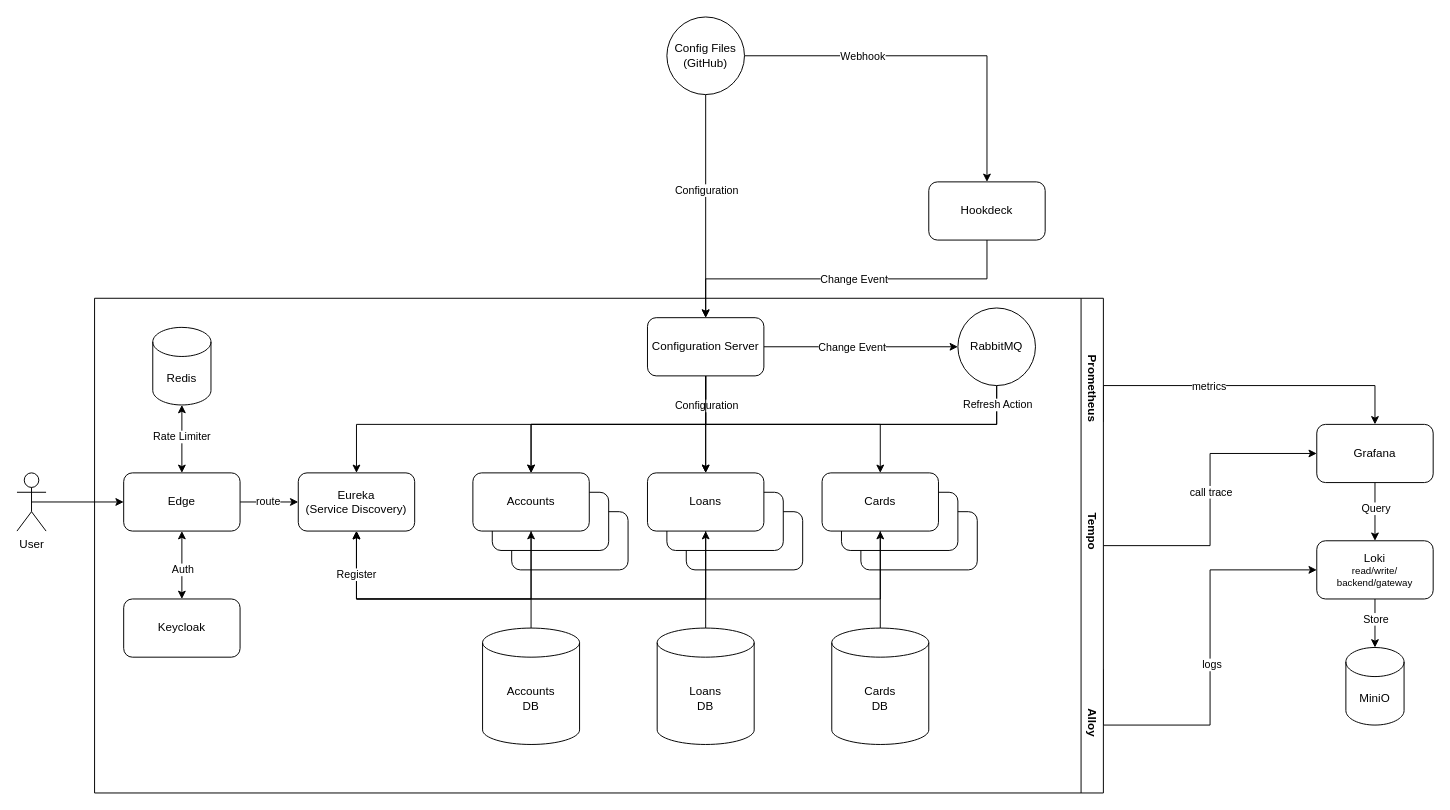
This is spring-microservices/architecture.drawio from vkondrav/spring-boot, a draw.io file, before an edit. Source tidied: cells renumbered, new cells numbered last; positions are measured from the earlier drawing's top-left corner, leaving out a move shared by most shapes. Both pictures are drawn from the tidied source at 97%, with x=0, y=0 at pixel (16, 16).
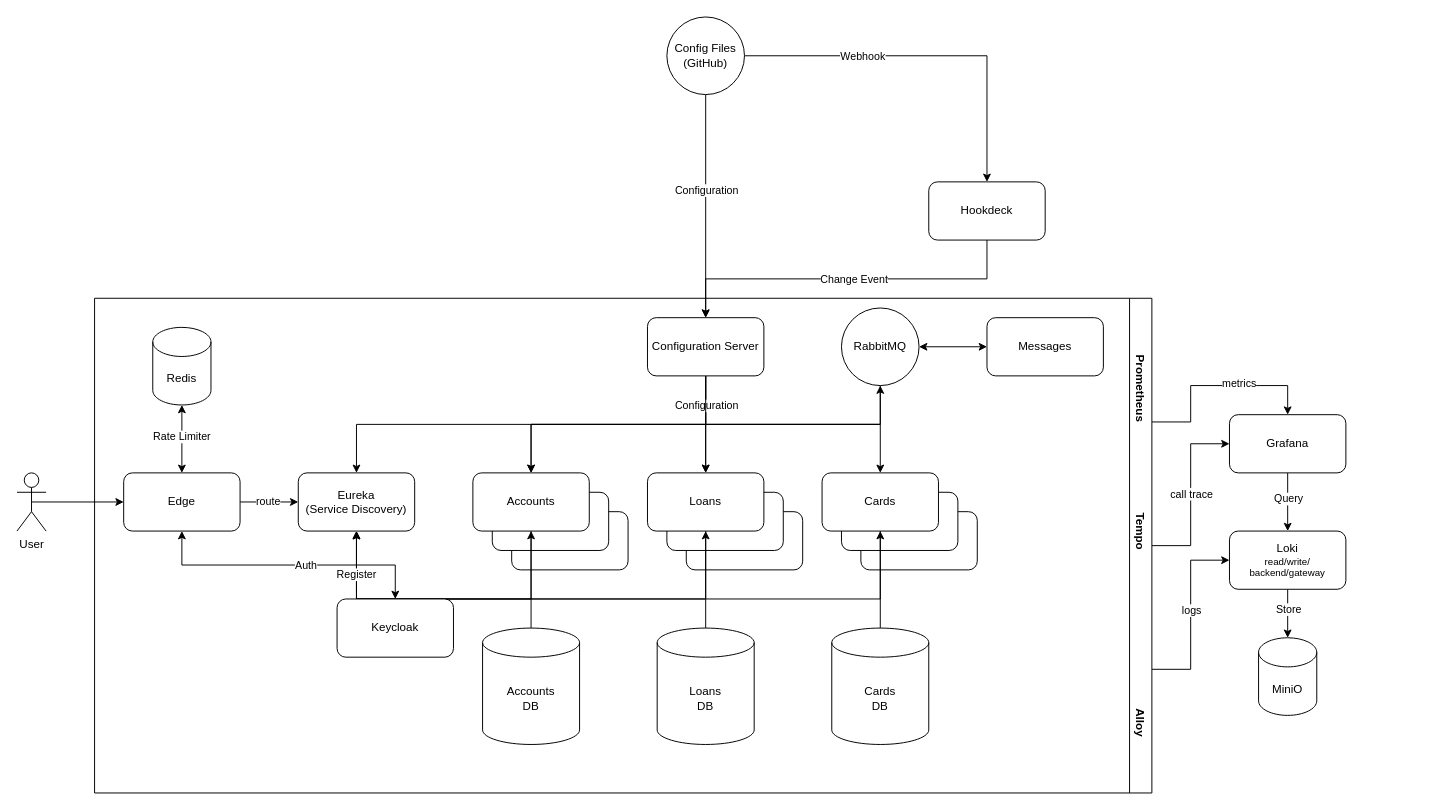
The same diagram, later.

The change refers to these unchanged cells:
```xml
<mxCell id="23" value="Configuration Server" style="rounded=1;whiteSpace=wrap;html=1;" parent="1" vertex="1">
  <mxGeometry x="650" y="310" width="120" height="60" as="geometry" />
</mxCell>
<mxCell id="25" value="Accounts" style="rounded=1;whiteSpace=wrap;html=1;" parent="1" vertex="1">
  <mxGeometry x="470" y="470" width="120" height="60" as="geometry" />
</mxCell>
<mxCell id="27" value="Loans" style="rounded=1;whiteSpace=wrap;html=1;" parent="1" vertex="1">
  <mxGeometry x="650" y="470" width="120" height="60" as="geometry" />
</mxCell>
```

Change to the diagram source:
```diff
@@
-    <mxCell id="20" style="edgeStyle=orthogonalEdgeStyle;rounded=0;jettySize=auto;html=1;exitX=1;exitY=0.5;exitDx=0;exitDy=0;entryX=0;entryY=0.5;entryDx=0;entryDy=0;" parent="1" edge="1" source="23" target="34">
-      <mxGeometry relative="1" as="geometry" />
-    </mxCell>
-    <mxCell id="21" value="Change Event" style="edgeLabel;html=1;align=center;verticalAlign=middle;" parent="20" vertex="1">
-      <mxGeometry x="0.2" y="1" relative="1" as="geometry">
-        <mxPoint x="-30" y="1" as="offset" />
-      </mxGeometry>
-    </mxCell>
@@
     <mxCell id="31" style="edgeStyle=orthogonalEdgeStyle;rounded=0;jettySize=auto;html=1;exitX=0.5;exitY=1;exitDx=0;exitDy=0;entryX=0.5;entryY=0;entryDx=0;entryDy=0;" parent="1" edge="1" source="34" target="25">
       <mxGeometry relative="1" as="geometry">
         <Array as="points">
-          <mxPoint x="1010" y="420" />
+          <mxPoint x="890" y="380" />
+          <mxPoint x="890" y="420" />
           <mxPoint x="530" y="420" />
         </Array>
       </mxGeometry>
     </mxCell>
-    <mxCell id="32" style="edgeStyle=orthogonalEdgeStyle;rounded=0;jettySize=auto;html=1;exitX=0.5;exitY=1;exitDx=0;exitDy=0;entryX=0.5;entryY=0;entryDx=0;entryDy=0;" parent="1" edge="1" source="34" target="27">
+    <mxCell id="32" style="edgeStyle=orthogonalEdgeStyle;rounded=0;jettySize=auto;html=1;exitX=0.5;exitY=1;exitDx=0;exitDy=0;entryX=0.5;entryY=0;entryDx=0;entryDy=0;startArrow=classic;startFill=1;" parent="1" edge="1" source="34" target="27">
       <mxGeometry relative="1" as="geometry">
         <Array as="points">
-          <mxPoint x="1010" y="420" />
+          <mxPoint x="890" y="380" />
+          <mxPoint x="890" y="420" />
           <mxPoint x="710" y="420" />
         </Array>
       </mxGeometry>
     </mxCell>
-    <mxCell id="33" value="Refresh Action" style="edgeLabel;html=1;align=center;verticalAlign=middle;" parent="32" vertex="1">
-      <mxGeometry x="-0.91" relative="1" as="geometry">
-        <mxPoint y="1" as="offset" />
-      </mxGeometry>
-    </mxCell>
-    <mxCell id="34" value="RabbitMQ" style="ellipse;whiteSpace=wrap;html=1;" parent="1" vertex="1">
-      <mxGeometry x="970" y="300" width="80" height="80" as="geometry" />
-    </mxCell>
@@
     <mxCell id="51" value="Loki&lt;div style=&quot;font-size: 10px;&quot;&gt;&lt;font style=&quot;font-size: 10px;&quot;&gt;read/write/&lt;/font&gt;&lt;/div&gt;&lt;div style=&quot;font-size: 10px;&quot;&gt;&lt;font style=&quot;font-size: 10px;&quot;&gt;backend/gateway&lt;/font&gt;&lt;/div&gt;" style="rounded=1;whiteSpace=wrap;html=1;" parent="1" vertex="1">
-      <mxGeometry x="1340" y="540" width="120" height="60" as="geometry" />
+      <mxGeometry x="1250" y="530" width="120" height="60" as="geometry" />
     </mxCell>
@@
     <mxCell id="54" value="Grafana" style="rounded=1;whiteSpace=wrap;html=1;" parent="1" vertex="1">
-      <mxGeometry x="1340" y="420" width="120" height="60" as="geometry" />
+      <mxGeometry x="1250" y="410" width="120" height="60" as="geometry" />
     </mxCell>
@@
     <mxCell id="58" value="MiniO" style="shape=cylinder3;whiteSpace=wrap;html=1;boundedLbl=1;backgroundOutline=1;size=15;" parent="1" vertex="1">
-      <mxGeometry x="1370" y="650" width="60" height="80" as="geometry" />
+      <mxGeometry x="1280" y="640" width="60" height="80" as="geometry" />
     </mxCell>
+    <mxCell id="63" style="edgeStyle=orthogonalEdgeStyle;rounded=0;jettySize=auto;html=1;exitX=0;exitY=0.5;exitDx=0;exitDy=0;entryX=0;entryY=0.5;entryDx=0;entryDy=0;" parent="1" edge="1" source="65" target="54">
+      <mxGeometry relative="1" as="geometry" />
+    </mxCell>
+    <mxCell id="64" value="call trace" style="edgeLabel;html=1;align=center;verticalAlign=middle;" parent="63" vertex="1">
+      <mxGeometry x="0.11" relative="1" as="geometry">
+        <mxPoint y="9" as="offset" />
+      </mxGeometry>
+    </mxCell>
+    <mxCell id="61" style="edgeStyle=orthogonalEdgeStyle;rounded=0;jettySize=auto;html=1;exitX=0;exitY=0.75;exitDx=0;exitDy=0;entryX=0.5;entryY=0;entryDx=0;entryDy=0;" parent="1" edge="1" source="65" target="54">
+      <mxGeometry relative="1" as="geometry">
+        <Array as="points">
+          <mxPoint x="1210" y="417" />
+          <mxPoint x="1210" y="380" />
+          <mxPoint x="1310" y="380" />
+        </Array>
+      </mxGeometry>
+    </mxCell>
+    <mxCell id="62" value="metrics" style="edgeLabel;html=1;align=center;verticalAlign=middle;" parent="61" vertex="1">
+      <mxGeometry x="0.23" y="3" relative="1" as="geometry">
+        <mxPoint x="-1" as="offset" />
+      </mxGeometry>
+    </mxCell>
     <mxCell id="59" style="edgeStyle=orthogonalEdgeStyle;rounded=0;jettySize=auto;html=1;exitX=0;exitY=0.25;exitDx=0;exitDy=0;entryX=0;entryY=0.5;entryDx=0;entryDy=0;" parent="1" edge="1" source="65" target="51">
-      <mxGeometry relative="1" as="geometry">
-        <Array as="points">
-          <mxPoint x="1120" y="730" />
-          <mxPoint x="1230" y="730" />
-          <mxPoint x="1230" y="570" />
-        </Array>
-      </mxGeometry>
+      <mxGeometry relative="1" as="geometry" />
     </mxCell>
     <mxCell id="60" value="logs" style="edgeLabel;html=1;align=center;verticalAlign=middle;" parent="59" vertex="1">
-      <mxGeometry x="0.05" y="-1" relative="1" as="geometry" />
+      <mxGeometry x="0.05" relative="1" as="geometry" />
     </mxCell>
-    <mxCell id="61" style="edgeStyle=orthogonalEdgeStyle;rounded=0;jettySize=auto;html=1;exitX=0;exitY=0.75;exitDx=0;exitDy=0;entryX=0.5;entryY=0;entryDx=0;entryDy=0;" parent="1" edge="1" source="65" target="54">
-      <mxGeometry relative="1" as="geometry">
-        <Array as="points">
-          <mxPoint x="1120" y="380" />
-          <mxPoint x="1400" y="380" />
-        </Array>
-      </mxGeometry>
-    </mxCell>
-    <mxCell id="62" value="metrics" style="edgeLabel;html=1;align=center;verticalAlign=middle;" parent="61" vertex="1">
-      <mxGeometry x="-0.41" relative="1" as="geometry">
-        <mxPoint x="41" as="offset" />
-      </mxGeometry>
-    </mxCell>
-    <mxCell id="63" style="edgeStyle=orthogonalEdgeStyle;rounded=0;jettySize=auto;html=1;exitX=0;exitY=0.5;exitDx=0;exitDy=0;entryX=0;entryY=0.5;entryDx=0;entryDy=0;" parent="1" edge="1" source="65" target="54">
-      <mxGeometry relative="1" as="geometry" />
-    </mxCell>
-    <mxCell id="64" value="call trace" style="edgeLabel;html=1;align=center;verticalAlign=middle;" parent="63" vertex="1">
-      <mxGeometry x="0.11" relative="1" as="geometry">
-        <mxPoint y="9" as="offset" />
-      </mxGeometry>
-    </mxCell>
     <mxCell id="65" value="Prometheus&amp;nbsp; &amp;nbsp; &amp;nbsp; &amp;nbsp; &amp;nbsp; &amp;nbsp; &amp;nbsp; &amp;nbsp; &amp;nbsp; &amp;nbsp; &amp;nbsp; &amp;nbsp; &amp;nbsp; &amp;nbsp; Tempo&amp;nbsp; &amp;nbsp; &amp;nbsp; &amp;nbsp; &amp;nbsp; &amp;nbsp; &amp;nbsp; &amp;nbsp; &amp;nbsp; &amp;nbsp; &amp;nbsp; &amp;nbsp; &amp;nbsp; &amp;nbsp; &amp;nbsp; &amp;nbsp; &amp;nbsp; &amp;nbsp; &amp;nbsp; &amp;nbsp; &amp;nbsp; &amp;nbsp; &amp;nbsp; &amp;nbsp; &amp;nbsp;Alloy" style="swimlane;horizontal=0;whiteSpace=wrap;html=1;rotation=-180;" parent="1" vertex="1">
-      <mxGeometry x="80" y="290" width="1040" height="510" as="geometry" />
+      <mxGeometry x="80" y="290" width="1090" height="510" as="geometry" />
     </mxCell>
-    <mxCell id="66" value="Keycloak" style="rounded=1;whiteSpace=wrap;html=1;" parent="65" vertex="1">
-      <mxGeometry x="30" y="310" width="120" height="60" as="geometry" />
+    <mxCell id="66" value="Keycloak" style="rounded=1;whiteSpace=wrap;html=1;" parent="1" vertex="1">
+      <mxGeometry x="330" y="600" width="120" height="60" as="geometry" />
     </mxCell>
+    <mxCell id="67" style="edgeStyle=orthogonalEdgeStyle;rounded=0;jettySize=auto;html=1;exitX=1;exitY=0.5;exitDx=0;exitDy=0;entryX=0;entryY=0.5;entryDx=0;entryDy=0;startArrow=classic;startFill=1;" parent="1" edge="1" source="34" target="68">
+      <mxGeometry relative="1" as="geometry" />
+    </mxCell>
+    <mxCell id="68" value="Messages" style="rounded=1;whiteSpace=wrap;html=1;" parent="1" vertex="1">
+      <mxGeometry x="1000" y="310" width="120" height="60" as="geometry" />
+    </mxCell>
+    <mxCell id="34" value="RabbitMQ" style="ellipse;whiteSpace=wrap;html=1;" parent="1" vertex="1">
+      <mxGeometry x="850" y="300" width="80" height="80" as="geometry" />
+    </mxCell>
```
